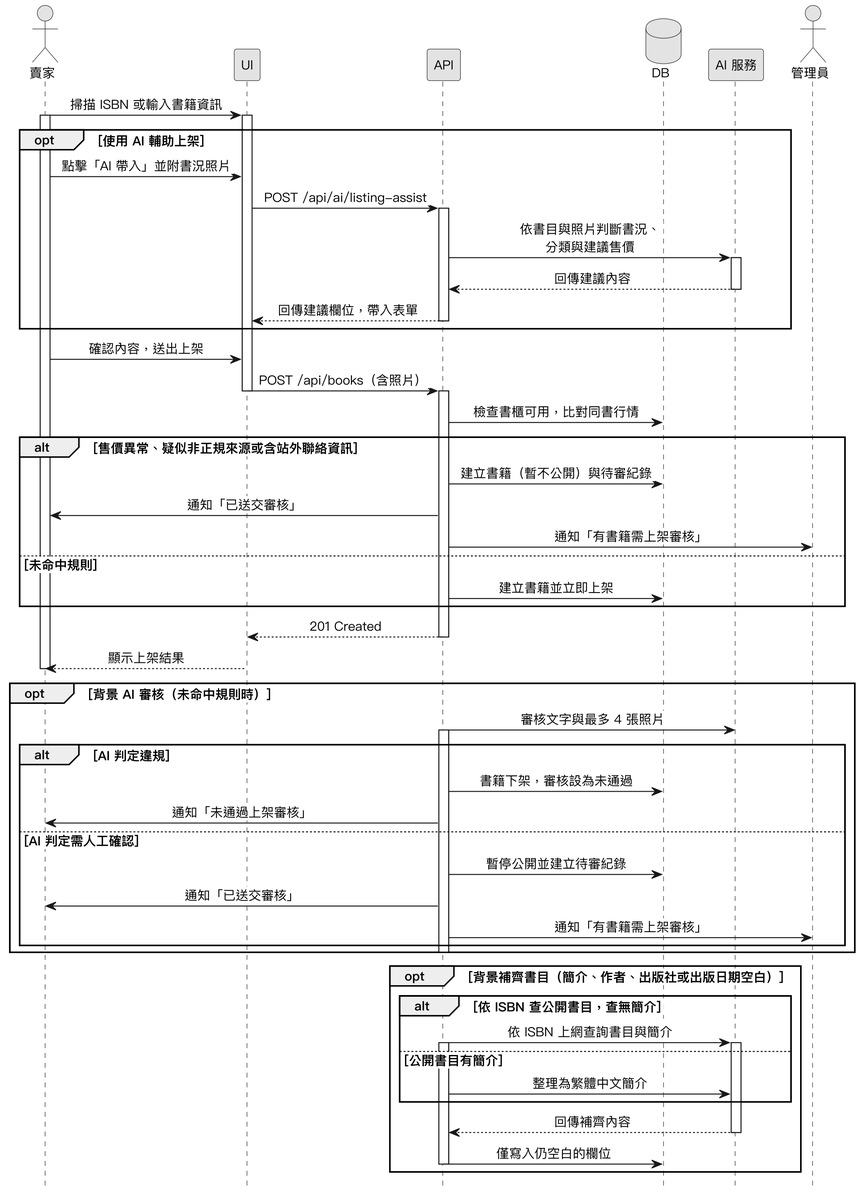
Before: Diagrams/Sequence Diagrams/v3/seq_listing.png, a diagram exported from PlantUML (SaveMyBook/SaveMyBook).
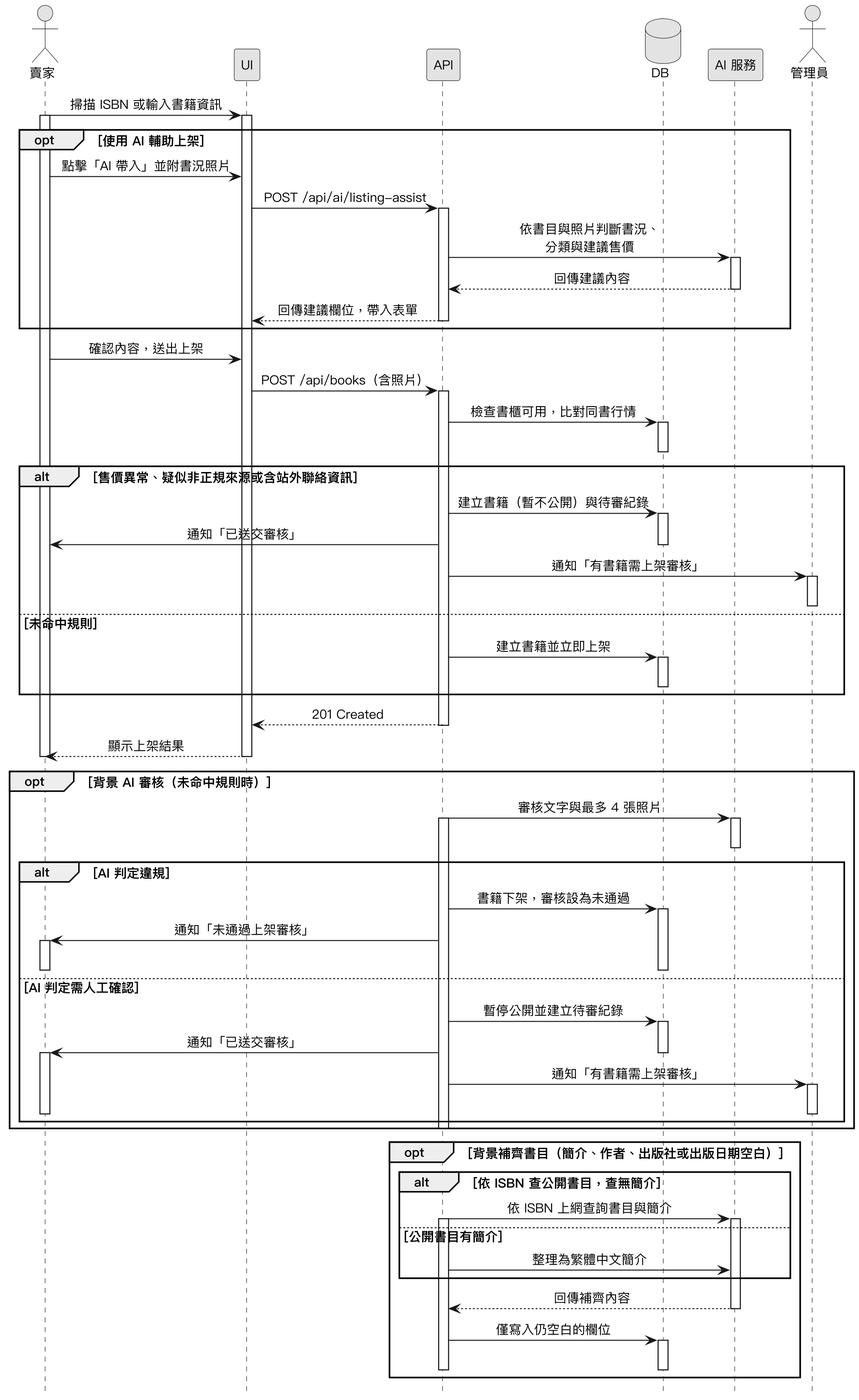
After the change.

What changed in the source:
```diff
@@ -33,32 +33,46 @@
 
 賣家 -> UI : 確認內容，送出上架
 UI -> API : POST /api/books（含照片）
-deactivate UI
 activate API
-API -> DB : 檢查書櫃可用，比對同書行情
+API -> DB ++ : 檢查書櫃可用，比對同書行情
+deactivate DB
 
 alt 售價異常、疑似非正規來源或含站外聯絡資訊
   API -> DB : 建立書籍（暫不公開）與待審紀錄
+  activate DB
   API -> 賣家 : 通知「已送交審核」
-  API -> 管理員 : 通知「有書籍需上架審核」
+  deactivate DB
+  API -> 管理員 ++ : 通知「有書籍需上架審核」
+  deactivate 管理員
 else 未命中規則
-  API -> DB : 建立書籍並立即上架
+  API -> DB ++ : 建立書籍並立即上架
+  deactivate DB
 end
 API --> UI : 201 Created
 deactivate API
 UI --> 賣家 : 顯示上架結果
+deactivate UI
 deactivate 賣家
 
 opt 背景 AI 審核（未命中規則時）
-  API -> AI : 審核文字與最多 4 張照片
+  API -> AI ++ : 審核文字與最多 4 張照片
+  deactivate AI
   activate API
   alt AI 判定違規
     API -> DB : 書籍下架，審核設為未通過
-    API -> 賣家 : 通知「未通過上架審核」
+    activate DB
+    API -> 賣家 ++ : 通知「未通過上架審核」
+    deactivate DB
+    deactivate 賣家
   else AI 判定需人工確認
     API -> DB : 暫停公開並建立待審紀錄
+    activate DB
     API -> 賣家 : 通知「已送交審核」
-    API -> 管理員 : 通知「有書籍需上架審核」
+    deactivate DB
+    activate 賣家
+    API -> 管理員 ++ : 通知「有書籍需上架審核」
+    deactivate 賣家
+    deactivate 管理員
   end
   deactivate API
 end
@@ -73,7 +87,8 @@
   end
   AI --> API : 回傳補齊內容
   deactivate AI
-  API -> DB : 僅寫入仍空白的欄位
+  API -> DB ++ : 僅寫入仍空白的欄位
+  deactivate DB
   deactivate API
 end
 @enduml
```
